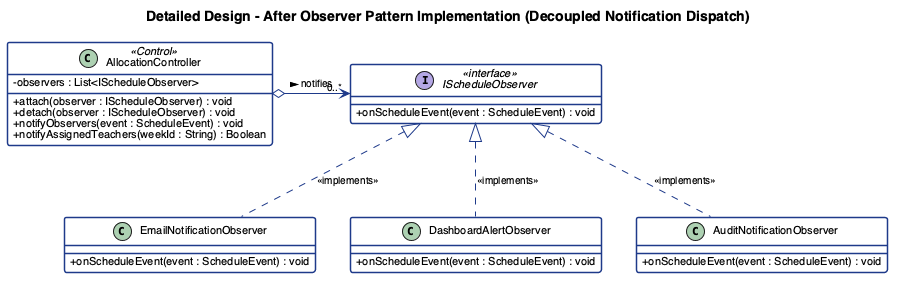
The PlantUML diagram report/assets/m2/observer_pattern_after.png in adoreblvnk/2001temp, before a commit. The source it was exported from:
```plantuml
@startuml observer_pattern_after
skinparam classAttributeIconSize 0
skinparam shadowing false
skinparam defaultFontName "Helvetica", "Arial", sans-serif
skinparam defaultFontSize 11
skinparam class {
    BackgroundColor #FFFFFF
    BorderColor #1E3A8A
    BorderThickness 1.5
}
skinparam interface {
    BackgroundColor #EFF6FF
    BorderColor #2563EB
    BorderThickness 1.5
}
skinparam arrow {
    Color #1E3A8A
    FontSize 10
}

title Detailed Design - After Observer Pattern Implementation (Decoupled Notification Dispatch)

class AllocationController <<Control>> {
    - observers : List<IScheduleObserver>
    + attach(observer : IScheduleObserver) : void
    + detach(observer : IScheduleObserver) : void
    + notifyObservers(event : ScheduleEvent) : void
    + notifyAssignedTeachers(weekId : String) : Boolean
}

interface IScheduleObserver <<interface>> {
    + onScheduleEvent(event : ScheduleEvent) : void
}

class EmailNotificationObserver {
    + onScheduleEvent(event : ScheduleEvent) : void
}

class DashboardAlertObserver {
    + onScheduleEvent(event : ScheduleEvent) : void
}

class AuditNotificationObserver {
    + onScheduleEvent(event : ScheduleEvent) : void
}

AllocationController o-> "0..*" IScheduleObserver : notifies >
EmailNotificationObserver .up.|> IScheduleObserver : <<implements>>
DashboardAlertObserver .up.|> IScheduleObserver : <<implements>>
AuditNotificationObserver .up.|> IScheduleObserver : <<implements>>

@enduml
```
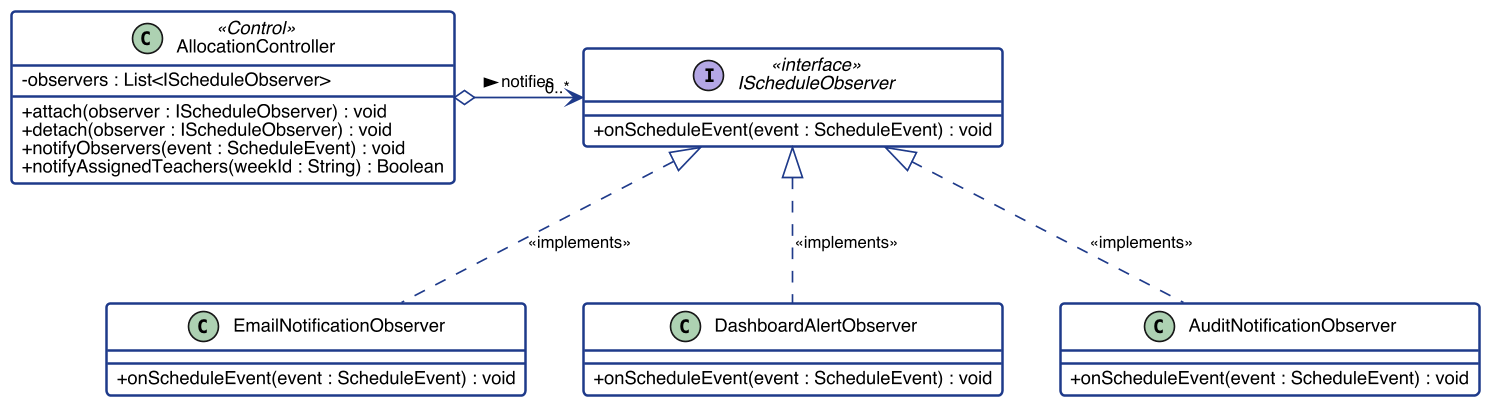
The same diagram one commit later.

The edit, as a diff of the source:
```diff
@@ -1,4 +1,5 @@
 @startuml observer_pattern_after
+skinparamlocked dpi 160
 skinparam classAttributeIconSize 0
 skinparam shadowing false
 skinparam defaultFontName "Helvetica", "Arial", sans-serif
@@ -17,8 +18,6 @@
     Color #1E3A8A
     FontSize 10
 }
-
-title Detailed Design - After Observer Pattern Implementation (Decoupled Notification Dispatch)
 
 class AllocationController <<Control>> {
     - observers : List<IScheduleObserver>
```
